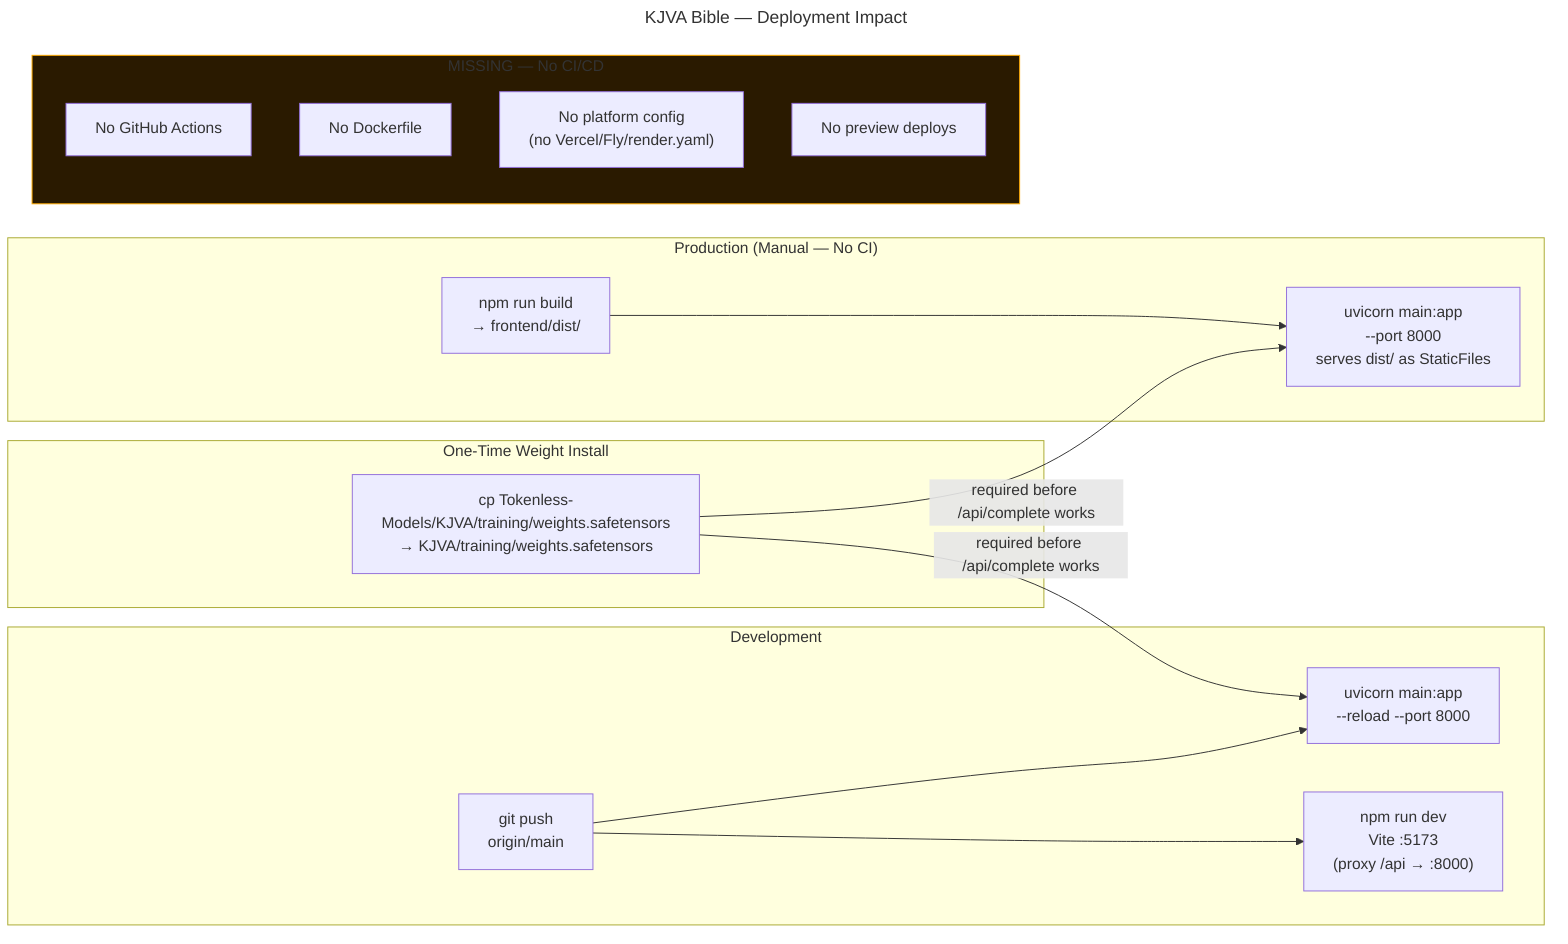
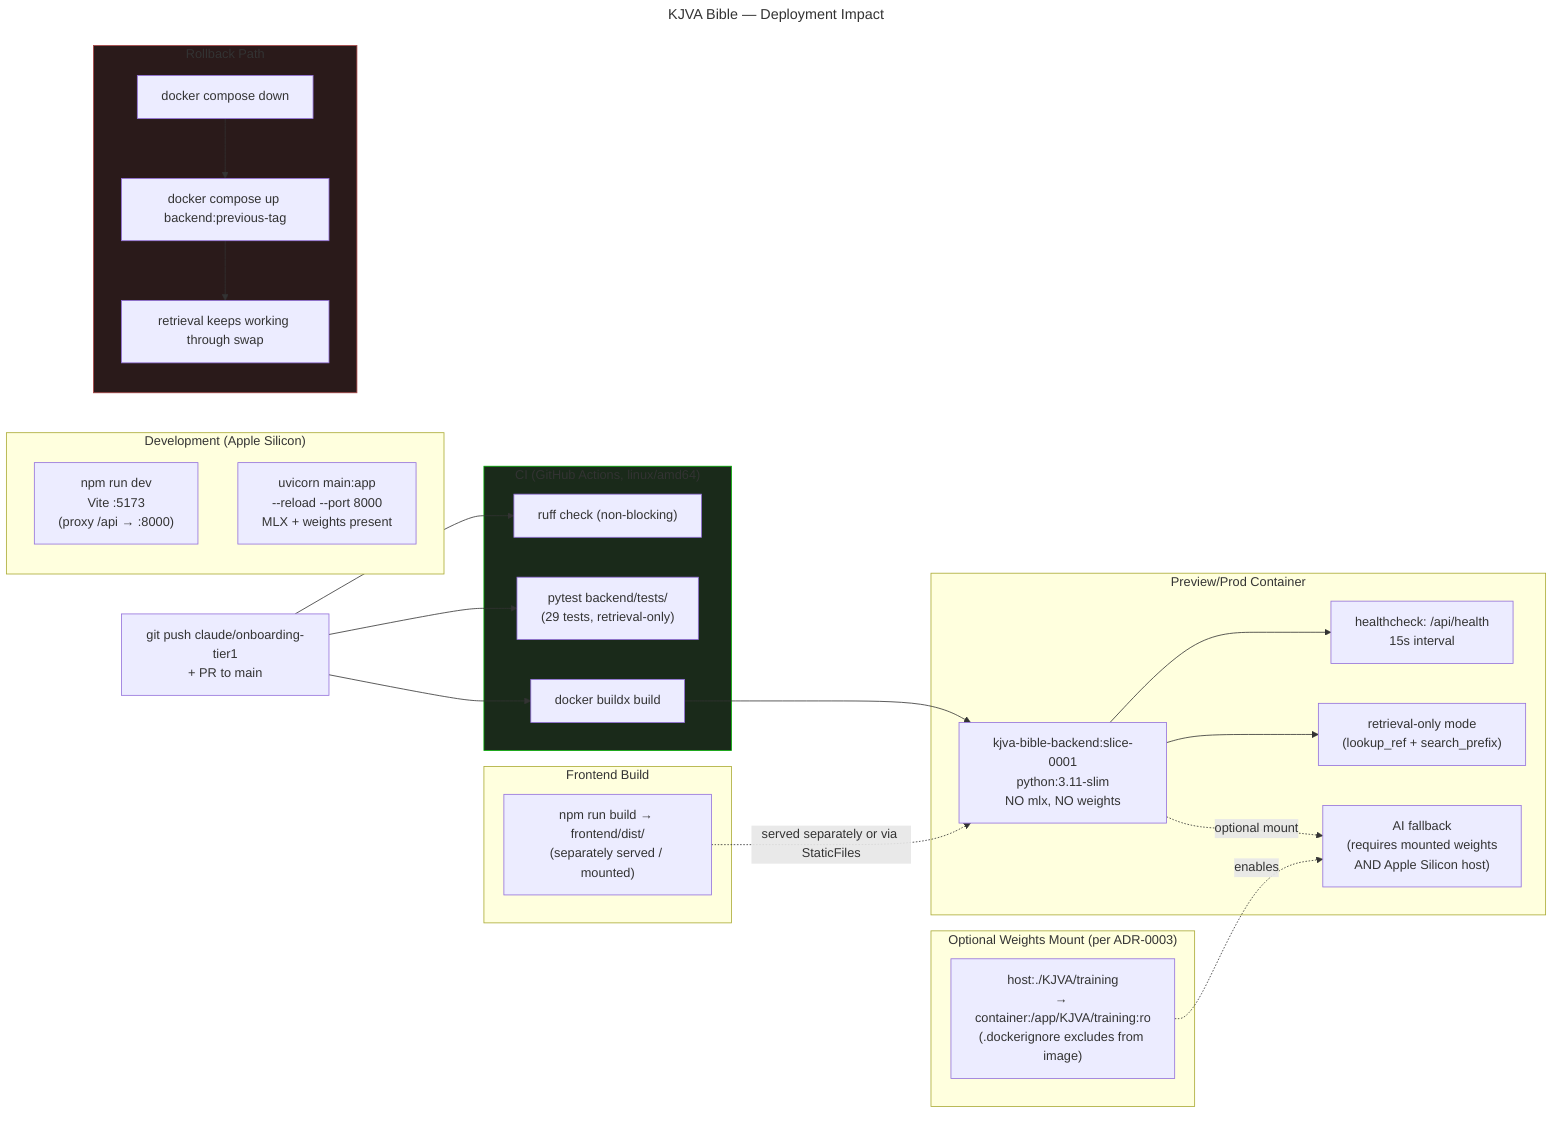
---
title: KJVA Bible — Deployment Impact
status: verified
- tier: T1
+ tier: T3
last_updated: 2026-05-26
+ slice: SLICE-0001-phase1-release
---
flowchart LR
-     subgraph Dev["Development"]
-         GIT["git push\norigin/main"]
-         FE_DEV["npm run dev\nVite :5173\n(proxy /api → :8000)"]
-         BE_DEV["uvicorn main:app\n--reload --port 8000"]
+     subgraph Dev["Development (Apple Silicon)"]
+         FE_DEV["npm run dev<br/>Vite :5173<br/>(proxy /api → :8000)"]
+         BE_DEV["uvicorn main:app<br/>--reload --port 8000<br/>MLX + weights present"]
    end

-     subgraph Weights_Install["One-Time Weight Install"]
-         COPY_W["cp Tokenless-Models/KJVA/training/weights.safetensors\n→ KJVA/training/weights.safetensors"]
+     subgraph CI["CI (GitHub Actions, linux/amd64)"]
+         style CI fill:#1a2a1a,stroke:#0a0
+         GHA_LINT["ruff check (non-blocking)"]
+         GHA_TEST["pytest backend/tests/<br/>(29 tests, retrieval-only)"]
+         GHA_BUILD["docker buildx build"]
    end

-     subgraph Prod_Manual["Production (Manual — No CI)"]
-         FE_BUILD["npm run build\n→ frontend/dist/"]
-         BE_PROD["uvicorn main:app\n--port 8000\nserves dist/ as StaticFiles"]
+     subgraph Container["Preview/Prod Container"]
+         IMAGE["kjva-bible-backend:slice-0001<br/>python:3.11-slim<br/>NO mlx, NO weights"]
+         HEALTH["healthcheck: /api/health<br/>15s interval"]
+         MODE_R["retrieval-only mode<br/>(lookup_ref + search_prefix)"]
+         MODE_AI["AI fallback<br/>(requires mounted weights<br/>AND Apple Silicon host)"]
+         IMAGE --> MODE_R
+         IMAGE -.->|optional mount| MODE_AI
+         IMAGE --> HEALTH
    end

-     subgraph Missing_CI["MISSING — No CI/CD"]
-         style Missing_CI fill:#2a1a00,stroke:#fa0
-         NO_GHA["No GitHub Actions"]
-         NO_DOCKER["No Dockerfile"]
-         NO_DEPLOY["No platform config\n(no Vercel/Fly/render.yaml)"]
-         NO_PREVIEW["No preview deploys"]
+     subgraph Weights_Mount["Optional Weights Mount (per ADR-0003)"]
+         WMOUNT["host:./KJVA/training<br/>→ container:/app/KJVA/training:ro<br/>(.dockerignore excludes from image)"]
    end

-     GIT --> FE_DEV
-     GIT --> BE_DEV
-     COPY_W -->|"required before /api/complete works"| BE_DEV
-     FE_BUILD --> BE_PROD
-     COPY_W -->|"required before /api/complete works"| BE_PROD
+     subgraph Frontend_Build["Frontend Build"]
+         FE_BUILD["npm run build → frontend/dist/<br/>(separately served / mounted)"]
+     end
+ 
+     PR["git push claude/onboarding-tier1<br/>+ PR to main"] --> GHA_LINT
+     PR --> GHA_TEST
+     PR --> GHA_BUILD
+     GHA_BUILD --> IMAGE
+     WMOUNT -.->|enables| MODE_AI
+     FE_BUILD -.->|served separately or via StaticFiles| IMAGE
+ 
+     subgraph Rollback["Rollback Path"]
+         style Rollback fill:#2a1a1a,stroke:#a44
+         RB1["docker compose down"]
+         RB2["docker compose up backend:previous-tag"]
+         RB3["retrieval keeps working through swap"]
+         RB1 --> RB2 --> RB3
+     end
